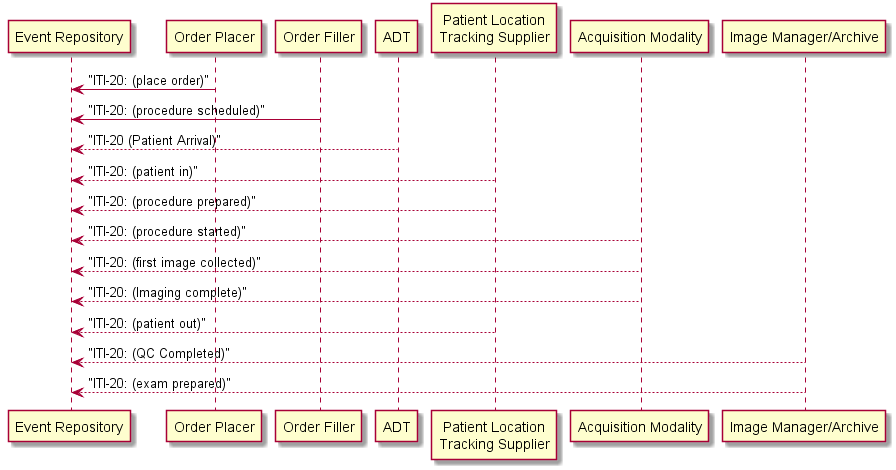
rjhorn-agfa/SOLE keeps this PlantUML diagram as order-perform-study.png. Above is the earlier version. Source of this version:
```plantuml
@startuml

participant "Event Repository"

"Order Placer" -> "Event Repository" : "ITI-20: (place order)"
"Order Filler" -> "Event Repository" : "ITI-20: (procedure scheduled)"
"ADT" --> "Event Repository" : "ITI-20 (Patient Arrival)"
"Patient Location\nTracking Supplier" --> "Event Repository" : "ITI-20: (patient in)"
"Patient Location\nTracking Supplier" --> "Event Repository" : "ITI-20: (procedure prepared)"
"Acquisition Modality" --> "Event Repository" : "ITI-20: (procedure started)"
"Acquisition Modality" --> "Event Repository" : "ITI-20: (first image collected)"
"Acquisition Modality" --> "Event Repository" : "ITI-20: (Imaging complete)"
"Patient Location\nTracking Supplier" --> "Event Repository" : "ITI-20: (patient out)"
"Image Manager/Archive" --> "Event Repository" : "ITI-20: (QC Completed)"
"Image Manager/Archive" --> "Event Repository" : "ITI-20: (exam prepared)"

@enduml
```
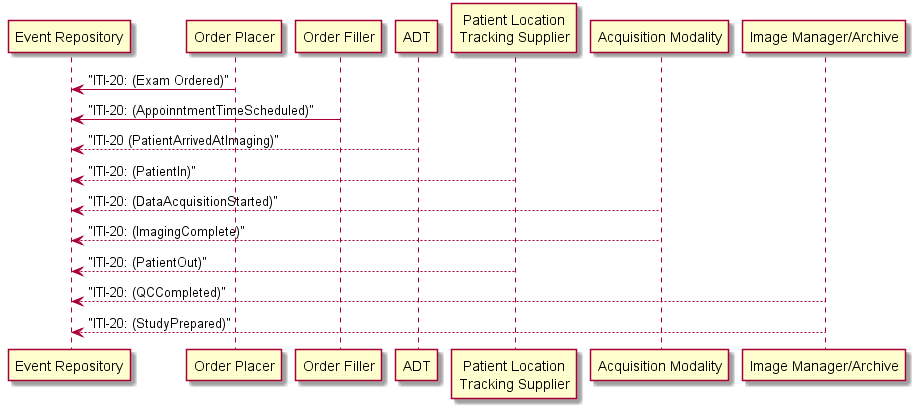
After the commit.

The edit, as a diff of the source:
```diff
@@ -2,16 +2,14 @@
 
 participant "Event Repository"
 
-"Order Placer" -> "Event Repository" : "ITI-20: (place order)"
-"Order Filler" -> "Event Repository" : "ITI-20: (procedure scheduled)"
-"ADT" --> "Event Repository" : "ITI-20 (Patient Arrival)"
-"Patient Location\nTracking Supplier" --> "Event Repository" : "ITI-20: (patient in)"
-"Patient Location\nTracking Supplier" --> "Event Repository" : "ITI-20: (procedure prepared)"
-"Acquisition Modality" --> "Event Repository" : "ITI-20: (procedure started)"
-"Acquisition Modality" --> "Event Repository" : "ITI-20: (first image collected)"
-"Acquisition Modality" --> "Event Repository" : "ITI-20: (Imaging complete)"
-"Patient Location\nTracking Supplier" --> "Event Repository" : "ITI-20: (patient out)"
-"Image Manager/Archive" --> "Event Repository" : "ITI-20: (QC Completed)"
-"Image Manager/Archive" --> "Event Repository" : "ITI-20: (exam prepared)"
+"Order Placer" -> "Event Repository" : "ITI-20: (Exam Ordered)"
+"Order Filler" -> "Event Repository" : "ITI-20: (AppoinntmentTimeScheduled)"
+"ADT" --> "Event Repository" : "ITI-20 (PatientArrivedAtImaging)"
+"Patient Location\nTracking Supplier" --> "Event Repository" : "ITI-20: (PatientIn)"
+"Acquisition Modality" --> "Event Repository" : "ITI-20: (DataAcquisitionStarted)"
+"Acquisition Modality" --> "Event Repository" : "ITI-20: (ImagingComplete)"
+"Patient Location\nTracking Supplier" --> "Event Repository" : "ITI-20: (PatientOut)"
+"Image Manager/Archive" --> "Event Repository" : "ITI-20: (QCCompleted)"
+"Image Manager/Archive" --> "Event Repository" : "ITI-20: (StudyPrepared)"
 
 @enduml
```
